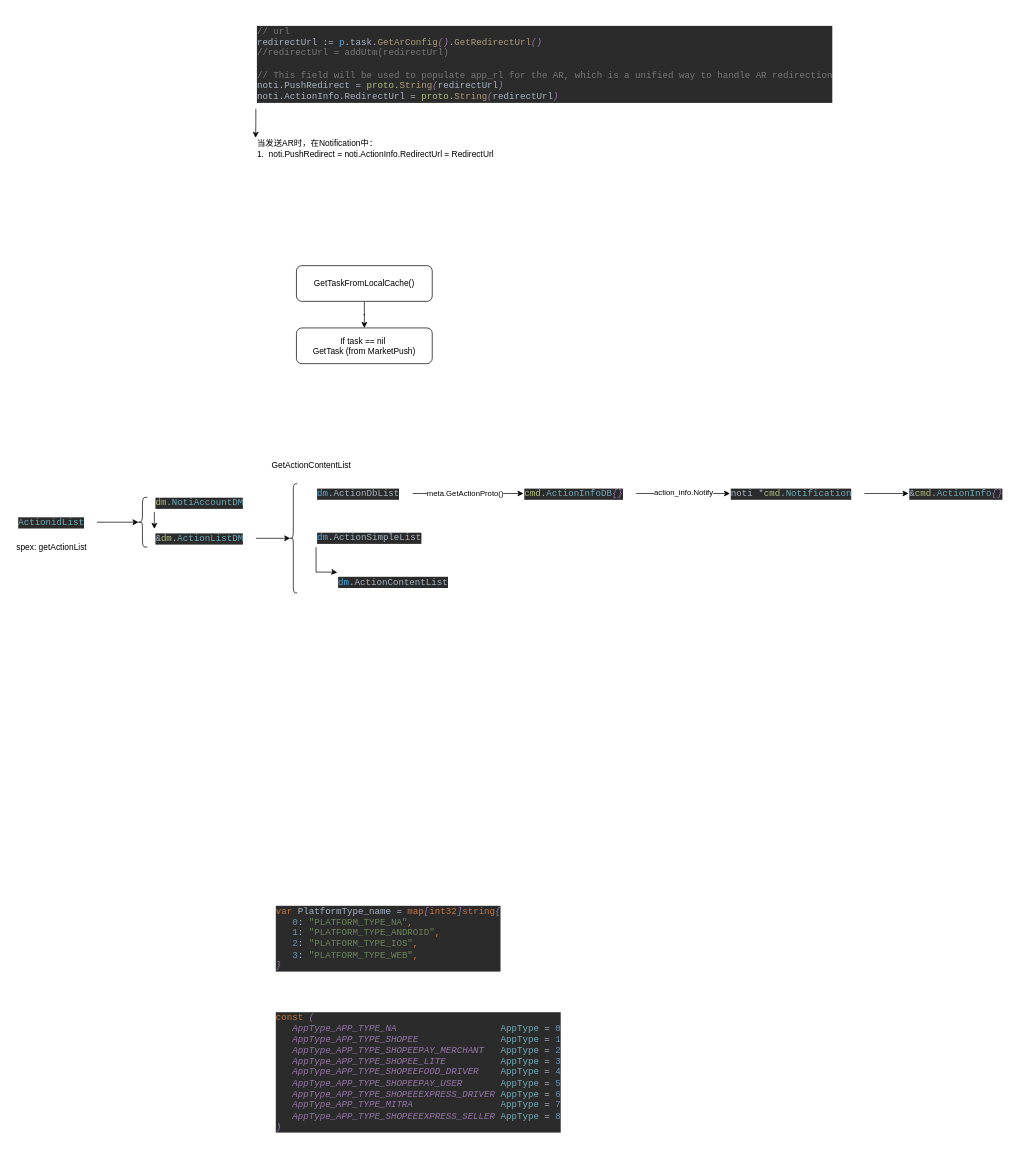
Before: page "AR" (2 of 4) of Gateway.drawio in floatLig/drow.io, a draw.io diagram. Source tidied: cells renumbered, new cells numbered last; positions are measured from the earlier drawing's top-left corner, leaving out a move shared by most shapes. Both pictures are drawn from the tidied source at 70%, with x=0, y=0 at pixel (12, 12).
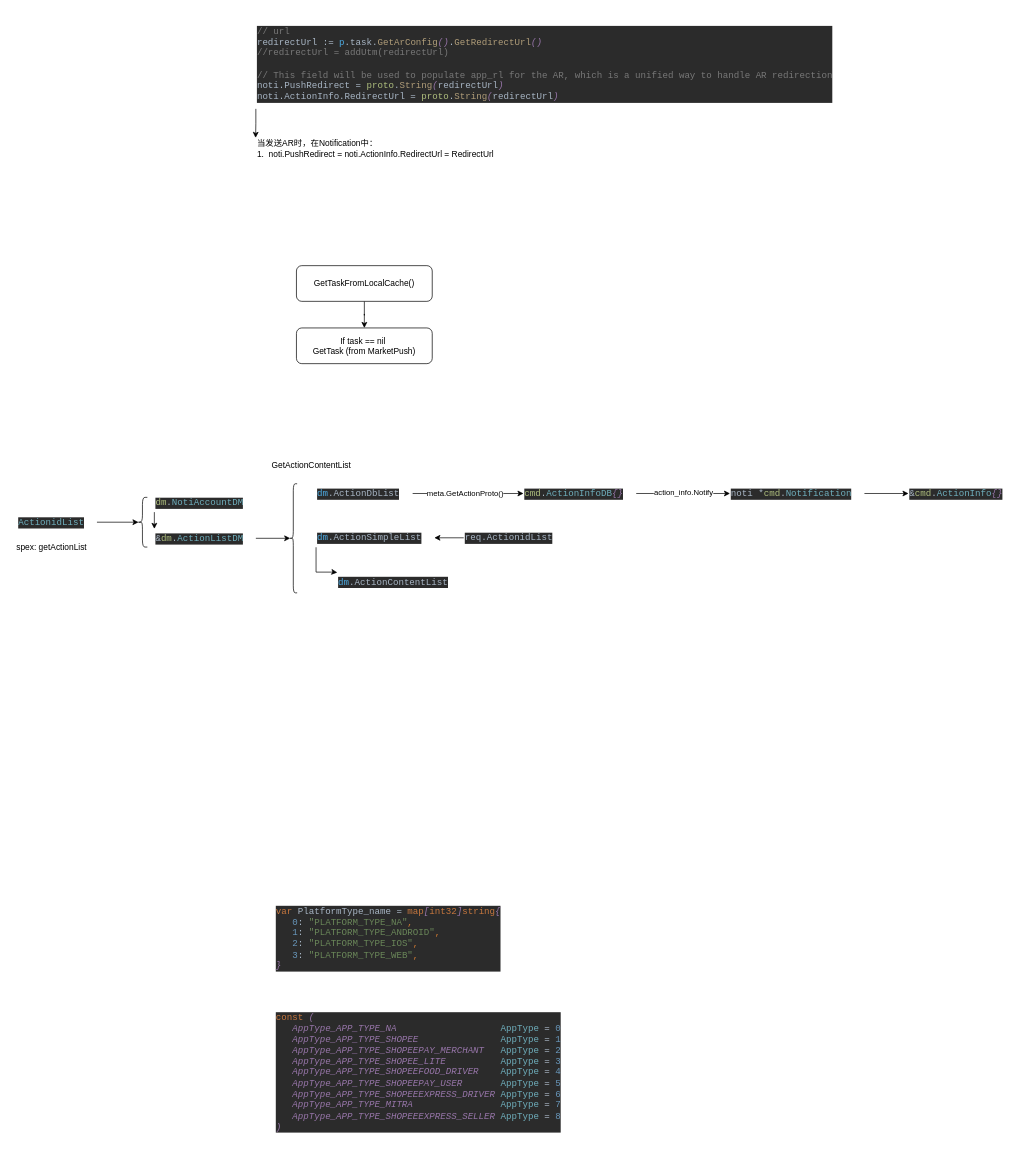
The same diagram, later.

The change refers to these unchanged cells:
```xml
<mxCell id="13" value="&lt;pre style=&quot;background-color: #2b2b2b ; color: #a9b7c6 ; font-family: &amp;quot;jetbrains mono&amp;quot; , monospace ; font-size: 9.8pt&quot;&gt;&lt;span style=&quot;color: #4eade5&quot;&gt;dm&lt;/span&gt;.ActionSimpleList&lt;/pre&gt;" style="text;whiteSpace=wrap;html=1;" parent="1" vertex="1">
  <mxGeometry x="434" y="723.8" width="169" height="54" as="geometry" />
</mxCell>
```

Change to the diagram source:
```diff
@@
+    <mxCell id="32" style="edgeStyle=orthogonalEdgeStyle;rounded=0;jettySize=auto;html=1;exitX=0;exitY=0.5;exitDx=0;exitDy=0;" parent="1" edge="1" source="33" target="13">
+      <mxGeometry relative="1" as="geometry" />
+    </mxCell>
+    <mxCell id="33" value="&lt;pre style=&quot;background-color: #2b2b2b ; color: #a9b7c6 ; font-family: &amp;quot;jetbrains mono&amp;quot; , monospace ; font-size: 9.8pt&quot;&gt;req.ActionidList&lt;/pre&gt;" style="text;whiteSpace=wrap;html=1;" parent="1" vertex="1">
+      <mxGeometry x="645" y="723.8" width="145" height="54" as="geometry" />
+    </mxCell>
```
